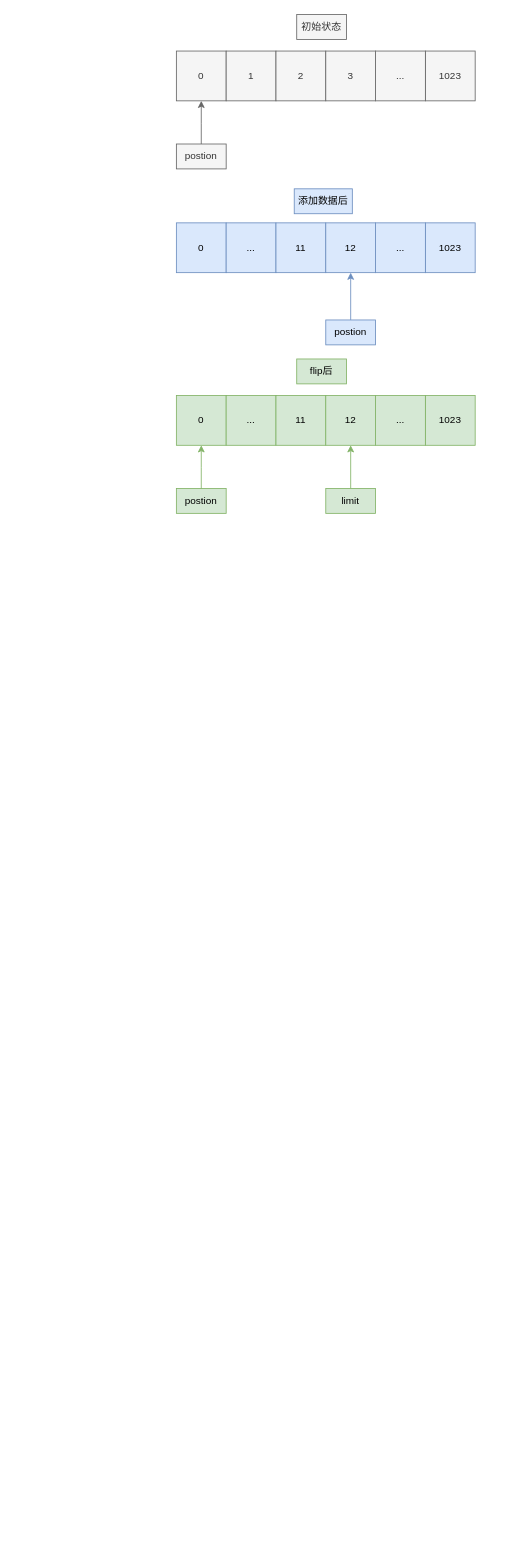
Above: page "NIO" (13 of 13) of Untitled Diagram.drawio in itwanger/drwa.io (draw.io), before the change. Source tidied: cells renumbered, new cells numbered last; positions are measured from the earlier drawing's top-left corner, leaving out a move shared by most shapes. Both pictures are drawn from the tidied source at 83%, with x=0, y=0 at pixel (176, 14).
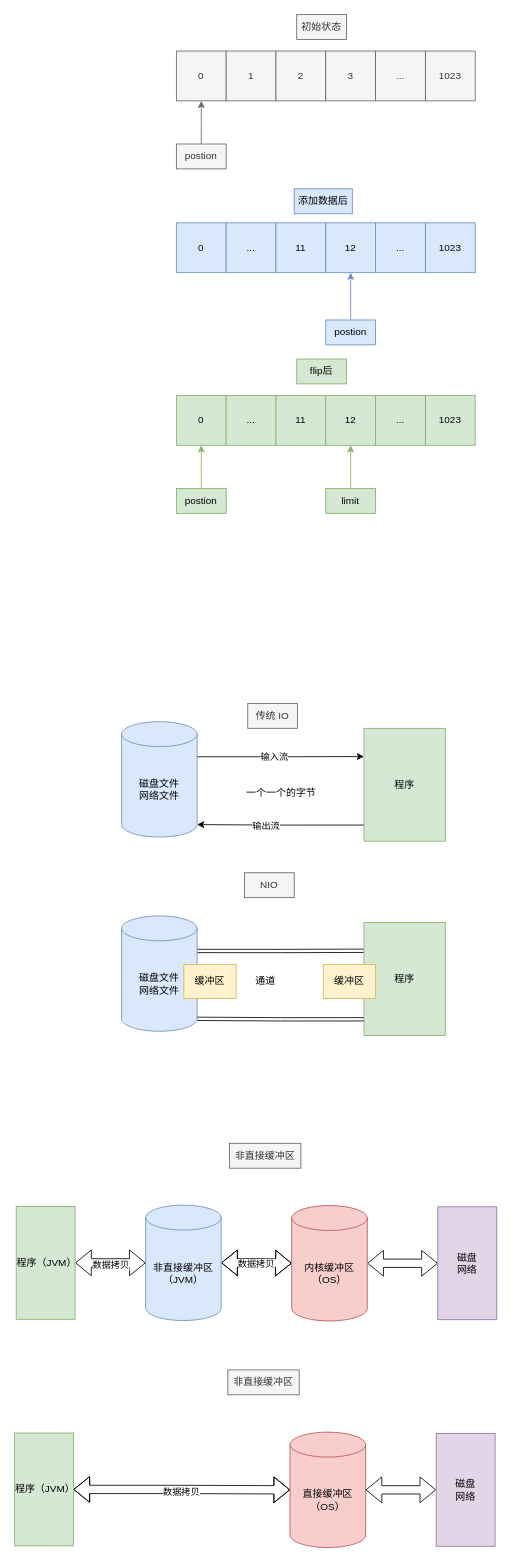
The same diagram, later.

Change to the diagram source:
```diff
@@
+    <mxCell id="31" style="edgeStyle=orthogonalEdgeStyle;rounded=0;jettySize=auto;html=1;exitX=1;exitY=0;exitDx=0;exitDy=42.25;exitPerimeter=0;entryX=0;entryY=0.25;entryDx=0;entryDy=0;" parent="1" edge="1" source="33" target="36">
+      <mxGeometry relative="1" as="geometry" />
+    </mxCell>
+    <mxCell id="32" value="输入流" style="edgeLabel;html=1;align=center;verticalAlign=middle;" parent="31" vertex="1">
+      <mxGeometry x="-0.08" relative="1" as="geometry" />
+    </mxCell>
+    <mxCell id="33" value="磁盘文件&lt;br&gt;网络文件" style="shape=cylinder3;whiteSpace=wrap;html=1;boundedLbl=1;backgroundOutline=1;size=15;fillColor=#dae8fc;strokeColor=#6c8ebf;" parent="1" vertex="1">
+      <mxGeometry x="-66" y="852" width="91" height="139" as="geometry" />
+    </mxCell>
+    <mxCell id="34" style="edgeStyle=orthogonalEdgeStyle;rounded=0;jettySize=auto;html=1;exitX=0.01;exitY=0.857;exitDx=0;exitDy=0;entryX=1;entryY=1;entryDx=0;entryDy=-15;entryPerimeter=0;exitPerimeter=0;" parent="1" edge="1" source="36" target="33">
+      <mxGeometry relative="1" as="geometry" />
+    </mxCell>
+    <mxCell id="35" value="输出流" style="edgeLabel;html=1;align=center;verticalAlign=middle;" parent="34" vertex="1">
+      <mxGeometry x="0.18" y="1" relative="1" as="geometry" />
+    </mxCell>
+    <mxCell id="36" value="程序" style="rounded=0;whiteSpace=wrap;html=1;fillColor=#d5e8d4;strokeColor=#82b366;" parent="1" vertex="1">
+      <mxGeometry x="226" y="860" width="98" height="136" as="geometry" />
+    </mxCell>
+    <mxCell id="37" value="一个一个的字节" style="text;html=1;align=center;verticalAlign=middle;strokeColor=none;fillColor=none;" parent="1" vertex="1">
+      <mxGeometry x="75" y="925" width="102" height="26" as="geometry" />
+    </mxCell>
+    <mxCell id="38" style="edgeStyle=orthogonalEdgeStyle;rounded=0;jettySize=auto;html=1;exitX=1;exitY=0;exitDx=0;exitDy=42.25;exitPerimeter=0;entryX=0;entryY=0.25;entryDx=0;entryDy=0;shape=link;" parent="1" edge="1" source="39" target="41">
+      <mxGeometry relative="1" as="geometry" />
+    </mxCell>
+    <mxCell id="39" value="磁盘文件&lt;br&gt;网络文件" style="shape=cylinder3;whiteSpace=wrap;html=1;boundedLbl=1;backgroundOutline=1;size=15;fillColor=#dae8fc;strokeColor=#6c8ebf;" parent="1" vertex="1">
+      <mxGeometry x="-66" y="1086" width="91" height="139" as="geometry" />
+    </mxCell>
+    <mxCell id="40" style="edgeStyle=orthogonalEdgeStyle;rounded=0;jettySize=auto;html=1;exitX=0.01;exitY=0.857;exitDx=0;exitDy=0;entryX=1;entryY=1;entryDx=0;entryDy=-15;entryPerimeter=0;exitPerimeter=0;shape=link;" parent="1" edge="1" source="41" target="39">
+      <mxGeometry relative="1" as="geometry" />
+    </mxCell>
+    <mxCell id="41" value="程序" style="rounded=0;whiteSpace=wrap;html=1;fillColor=#d5e8d4;strokeColor=#82b366;" parent="1" vertex="1">
+      <mxGeometry x="226" y="1094" width="98" height="136" as="geometry" />
+    </mxCell>
+    <mxCell id="42" value="通道" style="text;html=1;align=center;verticalAlign=middle;strokeColor=none;fillColor=none;" parent="1" vertex="1">
+      <mxGeometry x="86" y="1152" width="42" height="26" as="geometry" />
+    </mxCell>
+    <mxCell id="43" value="缓冲区" style="rounded=0;whiteSpace=wrap;html=1;fillColor=#fff2cc;strokeColor=#d6b656;" parent="1" vertex="1">
+      <mxGeometry x="9" y="1144.5" width="63" height="41" as="geometry" />
+    </mxCell>
+    <mxCell id="44" value="缓冲区" style="rounded=0;whiteSpace=wrap;html=1;fillColor=#fff2cc;strokeColor=#d6b656;" parent="1" vertex="1">
+      <mxGeometry x="177" y="1144.5" width="63" height="41" as="geometry" />
+    </mxCell>
+    <mxCell id="45" value="NIO" style="text;html=1;strokeColor=#666666;fillColor=#f5f5f5;align=center;verticalAlign=middle;whiteSpace=wrap;rounded=0;fontColor=#333333;" parent="1" vertex="1">
+      <mxGeometry x="82" y="1034" width="60" height="30" as="geometry" />
+    </mxCell>
+    <mxCell id="46" value="传统 IO" style="text;html=1;strokeColor=#666666;fillColor=#f5f5f5;align=center;verticalAlign=middle;whiteSpace=wrap;rounded=0;fontColor=#333333;" parent="1" vertex="1">
+      <mxGeometry x="86" y="830" width="60" height="30" as="geometry" />
+    </mxCell>
+    <mxCell id="47" style="edgeStyle=orthogonalEdgeStyle;rounded=0;jettySize=auto;html=1;shape=flexArrow;startArrow=block;" parent="1" edge="1" source="49" target="55">
+      <mxGeometry relative="1" as="geometry" />
+    </mxCell>
+    <mxCell id="48" value="数据拷贝" style="edgeLabel;html=1;align=center;verticalAlign=middle;" parent="47" vertex="1">
+      <mxGeometry x="-0.04" y="-1" relative="1" as="geometry" />
+    </mxCell>
+    <mxCell id="49" value="非直接缓冲区（JVM）" style="shape=cylinder3;whiteSpace=wrap;html=1;boundedLbl=1;backgroundOutline=1;size=15;fillColor=#dae8fc;strokeColor=#6c8ebf;" parent="1" vertex="1">
+      <mxGeometry x="-37" y="1434.5" width="91" height="139" as="geometry" />
+    </mxCell>
+    <mxCell id="50" style="edgeStyle=orthogonalEdgeStyle;rounded=0;jettySize=auto;html=1;shape=flexArrow;startArrow=block;" parent="1" edge="1" source="52" target="49">
+      <mxGeometry relative="1" as="geometry" />
+    </mxCell>
+    <mxCell id="51" value="数据拷贝" style="edgeLabel;html=1;align=center;verticalAlign=middle;" parent="50" vertex="1">
+      <mxGeometry x="-0.01" y="-2" relative="1" as="geometry" />
+    </mxCell>
+    <mxCell id="52" value="程序（JVM）" style="rounded=0;whiteSpace=wrap;html=1;fillColor=#d5e8d4;strokeColor=#82b366;" parent="1" vertex="1">
+      <mxGeometry x="-193" y="1436" width="71" height="136" as="geometry" />
+    </mxCell>
+    <mxCell id="53" value="非直接缓冲区" style="text;html=1;strokeColor=#666666;fillColor=#f5f5f5;align=center;verticalAlign=middle;whiteSpace=wrap;rounded=0;fontColor=#333333;" parent="1" vertex="1">
+      <mxGeometry x="64" y="1360" width="86" height="30" as="geometry" />
+    </mxCell>
+    <mxCell id="54" style="edgeStyle=orthogonalEdgeStyle;rounded=0;jettySize=auto;html=1;exitX=1;exitY=0.5;exitDx=0;exitDy=0;exitPerimeter=0;shape=flexArrow;startArrow=block;" parent="1" edge="1" source="55" target="56">
+      <mxGeometry relative="1" as="geometry" />
+    </mxCell>
+    <mxCell id="55" value="内核缓冲区（OS）" style="shape=cylinder3;whiteSpace=wrap;html=1;boundedLbl=1;backgroundOutline=1;size=15;fillColor=#f8cecc;strokeColor=#b85450;" parent="1" vertex="1">
+      <mxGeometry x="139" y="1435" width="91" height="139" as="geometry" />
+    </mxCell>
+    <mxCell id="56" value="磁盘&lt;br&gt;网络" style="rounded=0;whiteSpace=wrap;html=1;fillColor=#e1d5e7;strokeColor=#9673a6;" parent="1" vertex="1">
+      <mxGeometry x="315" y="1436.5" width="71" height="136" as="geometry" />
+    </mxCell>
+    <mxCell id="57" style="edgeStyle=orthogonalEdgeStyle;rounded=0;jettySize=auto;html=1;shape=flexArrow;startArrow=block;entryX=0;entryY=0.5;entryDx=0;entryDy=0;entryPerimeter=0;" parent="1" edge="1" source="59" target="62">
+      <mxGeometry relative="1" as="geometry" />
+    </mxCell>
+    <mxCell id="58" value="数据拷贝" style="edgeLabel;html=1;align=center;verticalAlign=middle;" parent="57" vertex="1">
+      <mxGeometry x="-0.01" y="-2" relative="1" as="geometry" />
+    </mxCell>
+    <mxCell id="59" value="程序（JVM）" style="rounded=0;whiteSpace=wrap;html=1;fillColor=#d5e8d4;strokeColor=#82b366;" parent="1" vertex="1">
+      <mxGeometry x="-195" y="1709" width="71" height="136" as="geometry" />
+    </mxCell>
+    <mxCell id="60" value="非直接缓冲区" style="text;html=1;strokeColor=#666666;fillColor=#f5f5f5;align=center;verticalAlign=middle;whiteSpace=wrap;rounded=0;fontColor=#333333;" parent="1" vertex="1">
+      <mxGeometry x="62" y="1633" width="86" height="30" as="geometry" />
+    </mxCell>
+    <mxCell id="61" style="edgeStyle=orthogonalEdgeStyle;rounded=0;jettySize=auto;html=1;exitX=1;exitY=0.5;exitDx=0;exitDy=0;exitPerimeter=0;shape=flexArrow;startArrow=block;" parent="1" edge="1" source="62" target="63">
+      <mxGeometry relative="1" as="geometry" />
+    </mxCell>
+    <mxCell id="62" value="直接缓冲区（OS）" style="shape=cylinder3;whiteSpace=wrap;html=1;boundedLbl=1;backgroundOutline=1;size=15;fillColor=#f8cecc;strokeColor=#b85450;" parent="1" vertex="1">
+      <mxGeometry x="137" y="1708" width="91" height="139" as="geometry" />
+    </mxCell>
+    <mxCell id="63" value="磁盘&lt;br&gt;网络" style="rounded=0;whiteSpace=wrap;html=1;fillColor=#e1d5e7;strokeColor=#9673a6;" parent="1" vertex="1">
+      <mxGeometry x="313" y="1709.5" width="71" height="136" as="geometry" />
+    </mxCell>
```
